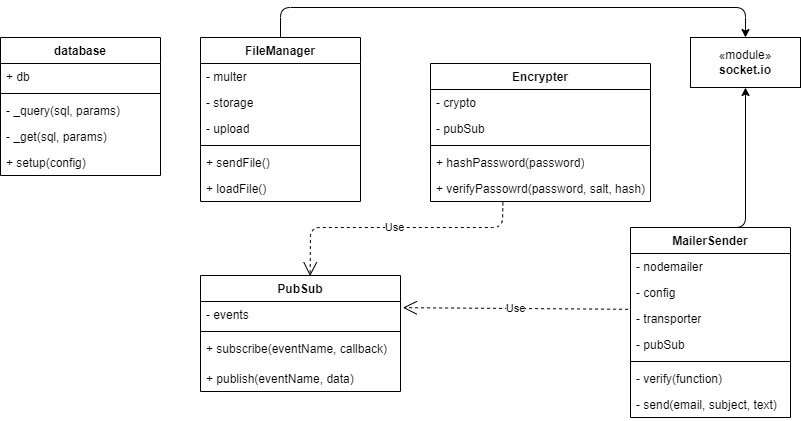
Earlier version of the draw.io export assets/schemas/diagrams/SchemaOggettiServer.drawio.png (AngeloRipamonti/5C_RipamontiAvvedutoKotisCinquetti_PortaleAppunti). Source tidied: cells renumbered, new cells last; positions are measured from the earlier drawing's top-left corner, leaving out a move shared by most shapes.
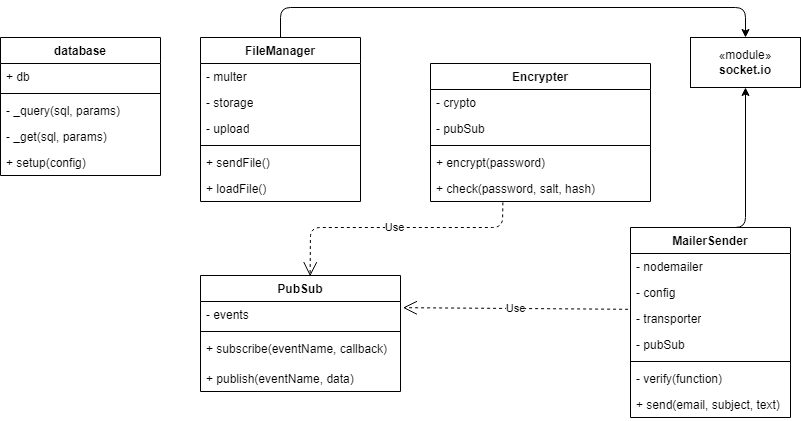
Later version of the same file.

Diff of the diagram source:
```diff
@@ -64,10 +64,10 @@
     <mxCell id="20" style="line;strokeWidth=1;fillColor=none;align=left;verticalAlign=middle;spacingTop=-1;spacingLeft=3;spacingRight=3;labelPosition=right;strokeColor=inherit;" parent="17" vertex="1">
       <mxGeometry y="78" width="220" height="8" as="geometry" />
     </mxCell>
-    <mxCell id="21" value="+ hashPassword(password)" style="text;strokeColor=none;fillColor=none;align=left;verticalAlign=top;spacingLeft=4;spacingRight=4;overflow=hidden;whiteSpace=wrap;html=1;" parent="17" vertex="1">
+    <mxCell id="21" value="+ encrypt(password)" style="text;strokeColor=none;fillColor=none;align=left;verticalAlign=top;spacingLeft=4;spacingRight=4;overflow=hidden;whiteSpace=wrap;html=1;" parent="17" vertex="1">
       <mxGeometry y="86" width="220" height="26" as="geometry" />
     </mxCell>
-    <mxCell id="22" value="+ verifyPassowrd(password, salt, hash)" style="text;strokeColor=none;fillColor=none;align=left;verticalAlign=top;spacingLeft=4;spacingRight=4;overflow=hidden;points=[[0,0.5],[1,0.5]];portConstraint=eastwest;whiteSpace=wrap;html=1;" parent="17" vertex="1">
+    <mxCell id="22" value="+ check(password, salt, hash)" style="text;strokeColor=none;fillColor=none;align=left;verticalAlign=top;spacingLeft=4;spacingRight=4;overflow=hidden;points=[[0,0.5],[1,0.5]];portConstraint=eastwest;whiteSpace=wrap;html=1;" parent="17" vertex="1">
       <mxGeometry y="112" width="220" height="26" as="geometry" />
     </mxCell>
     <mxCell id="23" style="edgeStyle=none;html=1;exitX=0.5;exitY=0;exitDx=0;exitDy=0;entryX=0.5;entryY=1;entryDx=0;entryDy=0;" parent="1" edge="1" source="24" target="16">
@@ -98,7 +98,7 @@
     <mxCell id="30" value="- verify(function)" style="text;strokeColor=none;fillColor=none;align=left;verticalAlign=top;spacingLeft=4;spacingRight=4;overflow=hidden;whiteSpace=wrap;html=1;" parent="24" vertex="1">
       <mxGeometry y="138" width="160" height="26" as="geometry" />
     </mxCell>
-    <mxCell id="31" value="- send(email, subject, text)" style="text;strokeColor=none;fillColor=none;align=left;verticalAlign=top;spacingLeft=4;spacingRight=4;overflow=hidden;whiteSpace=wrap;html=1;" parent="24" vertex="1">
+    <mxCell id="31" value="+ send(email, subject, text)" style="text;strokeColor=none;fillColor=none;align=left;verticalAlign=top;spacingLeft=4;spacingRight=4;overflow=hidden;whiteSpace=wrap;html=1;" parent="24" vertex="1">
       <mxGeometry y="164" width="160" height="26" as="geometry" />
     </mxCell>
     <mxCell id="32" value="PubSub" style="swimlane;fontStyle=1;align=center;verticalAlign=top;horizontal=1;startSize=26;whiteSpace=wrap;html=1;" parent="1" vertex="1">
```
